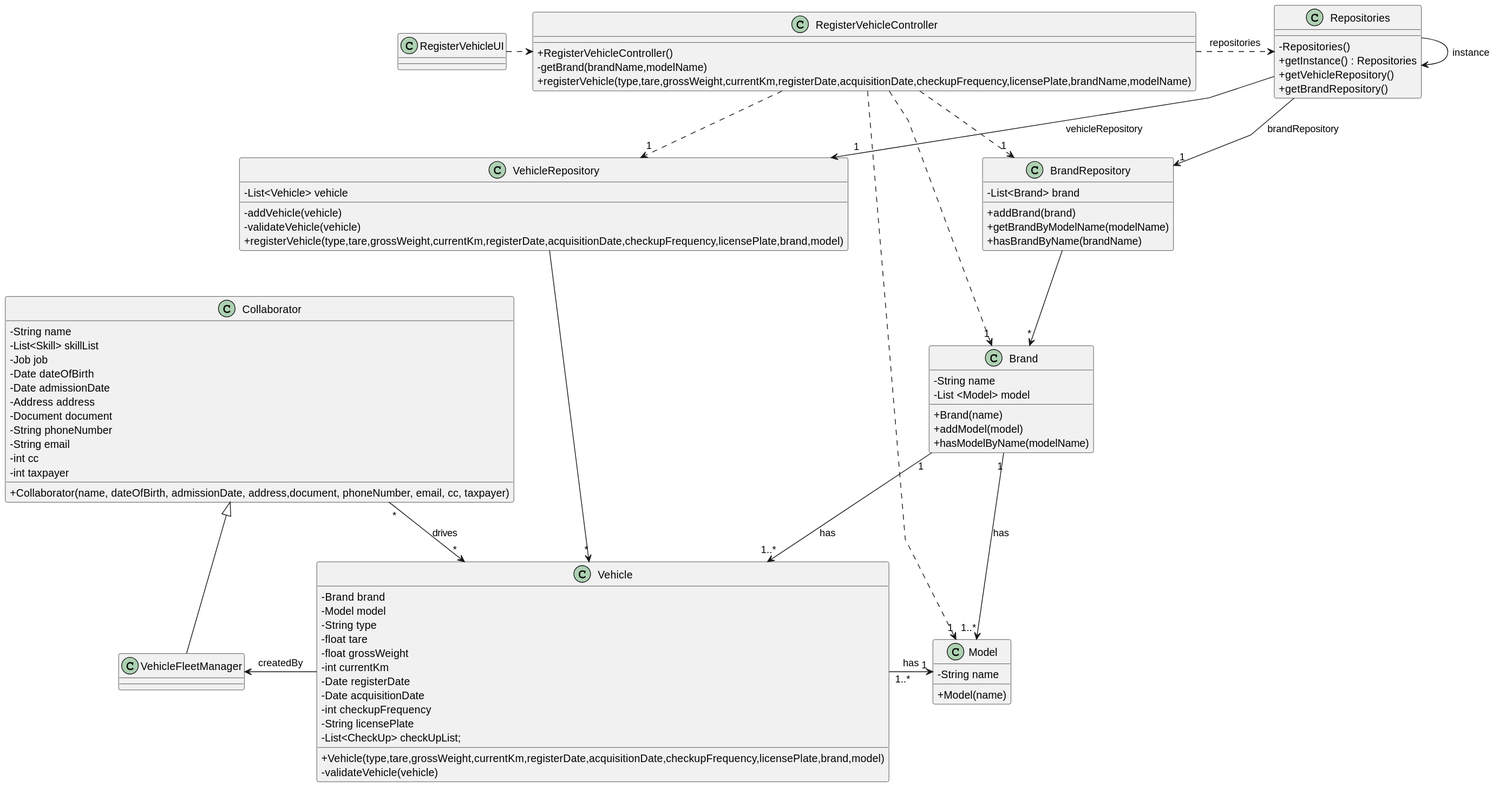
Earlier version of the PlantUML export docs/sprint2/us06/03.design/svg/us06-class-diagram.svg (Departamento-de-Engenharia-Informatica/lei-24-s2-1db-g022).
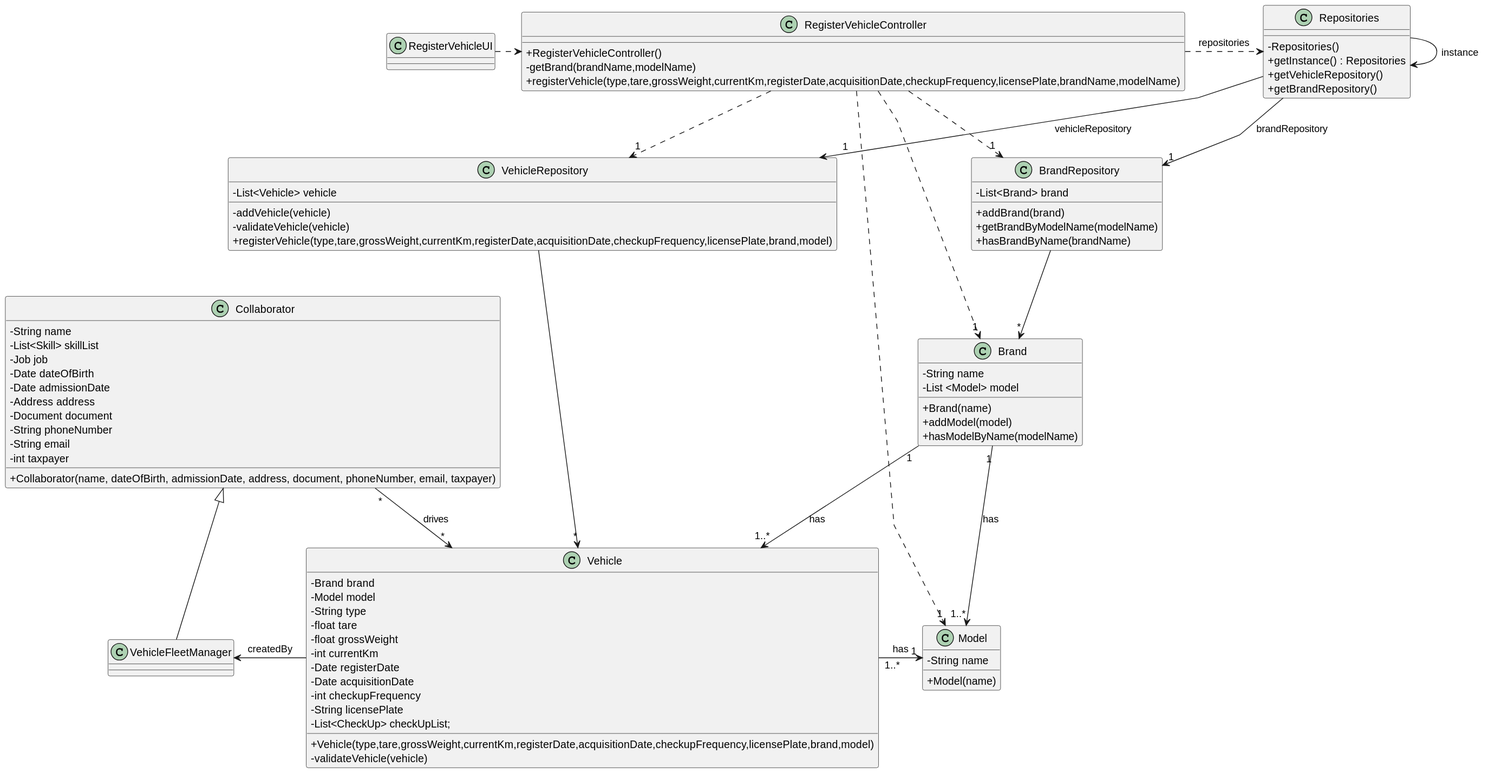
After the change.

Commit message:
Small correction on class diagram of US01, US02, US05 and US06

What changed in the source:
```diff
@@ -58,10 +58,9 @@
     -Document document
     -String phoneNumber
     -String email
-    -int cc
     -int taxpayer
 
-    + Collaborator(name, dateOfBirth, admissionDate, address,document, phoneNumber, email, cc, taxpayer)
+    + Collaborator(name, dateOfBirth, admissionDate, address, document, phoneNumber, email, taxpayer)
 }
 
 class VehicleFleetManager {
```
